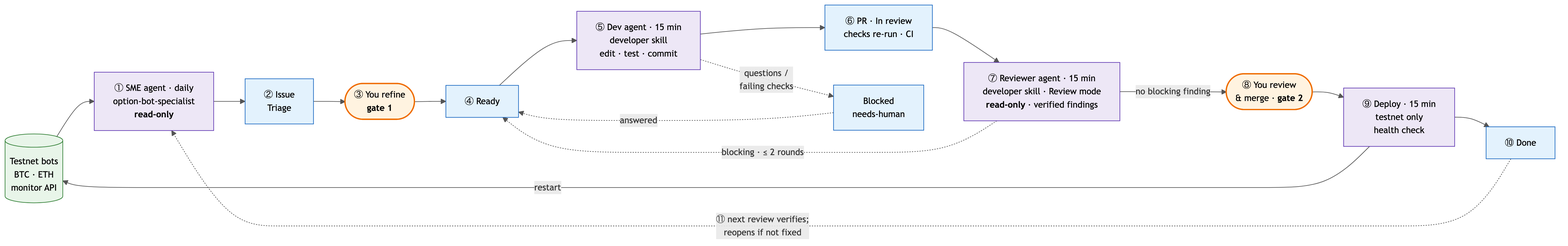
This is docs/agentic_workflow.png from rchau73/optionsBot, a Mermaid export, as it was before one commit. Its source is kept beside it as docs/agentic_workflow.mmd.
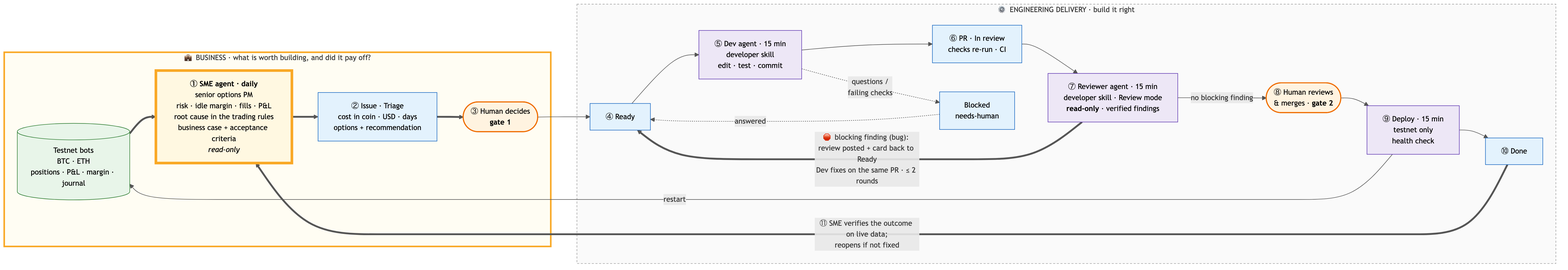
After the change.

Commit message:
AGENTIC.md: highlight the SME agent as the business step; 'human' wording

The SME agent finds the business problems worth solving and verifies the
outcome, so it gets its own section (what it does, why it matters, its
first run's 9 issues and outcomes) and a highlighted business zone in the
diagram. First-person and 'you' wording becomes 'the human'.

The edit, as a diff of the source:
```diff
@@ -1,28 +1,39 @@
 flowchart LR
-    BOTS[("Testnet bots<br/>BTC · ETH<br/>monitor API")]
-    SME["① SME agent · daily<br/>option-bot-specialist<br/><b>read-only</b>"]
-    TRI["② Issue<br/>Triage"]
-    H1(["③ You refine<br/><b>gate 1</b>"])
-    READY["④ Ready"]
-    DEV["⑤ Dev agent · 15 min<br/>developer skill<br/>edit · test · commit"]
-    PR["⑥ PR · In review<br/>checks re-run · CI"]
-    REV["⑦ Reviewer agent · 15 min<br/>developer skill · Review mode<br/><b>read-only</b> · verified findings"]
-    H2(["⑧ You review<br/>& merge · <b>gate 2</b>"])
-    DEP["⑨ Deploy · 15 min<br/>testnet only<br/>health check"]
-    DONE["⑩ Done"]
-    BLK["Blocked<br/>needs-human"]
+    subgraph BIZ["💼 BUSINESS · what is worth building, and did it pay off?"]
+        direction TB
+        BOTS[("Testnet bots<br/>BTC · ETH<br/>positions · P&L · margin · journal")]
+        SME["<b>① SME agent · daily</b><br/>senior options PM<br/>risk · idle margin · fills · P&L<br/>root cause in the trading rules<br/>business case + acceptance criteria<br/><i>read-only</i>"]
+        TRI["② Issue · Triage<br/>cost in coin · USD · days<br/>options + recommendation"]
+        H1(["③ Human decides<br/><b>gate 1</b>"])
+    end
 
-    BOTS --> SME --> TRI --> H1 --> READY --> DEV --> PR --> REV -->|no blocking finding| H2 --> DEP --> DONE
-    REV -.->|"blocking · ≤ 2 rounds"| READY
+    subgraph ENG["⚙️ ENGINEERING DELIVERY · build it right"]
+        direction LR
+        READY["④ Ready"]
+        DEV["⑤ Dev agent · 15 min<br/>developer skill<br/>edit · test · commit"]
+        PR["⑥ PR · In review<br/>checks re-run · CI"]
+        REV["⑦ Reviewer agent · 15 min<br/>developer skill · Review mode<br/><b>read-only</b> · verified findings"]
+        H2(["⑧ Human reviews<br/>& merges · <b>gate 2</b>"])
+        DEP["⑨ Deploy · 15 min<br/>testnet only<br/>health check"]
+        DONE["⑩ Done"]
+        BLK["Blocked<br/>needs-human"]
+    end
+
+    BOTS ==> SME ==> TRI ==> H1 --> READY --> DEV --> PR --> REV -->|no blocking finding| H2 --> DEP --> DONE
+    REV ==>|"🛑 blocking finding (bug): review posted + card back to Ready<br/>Dev fixes on the same PR · ≤ 2 rounds"| READY
     DEP -->|restart| BOTS
     DEV -.->|questions /<br/>failing checks| BLK -.->|answered| READY
-    DONE -.->|"⑪ next review verifies;<br/>reopens if not fixed"| SME
+    DONE ==>|"⑪ SME verifies the outcome on live data;<br/>reopens if not fixed"| SME
 
+    classDef sme fill:#fff8e1,stroke:#f9a825,color:#000,stroke-width:5px
     classDef agent fill:#ede7f6,stroke:#5e35b1,color:#000
     classDef human fill:#fff3e0,stroke:#ef6c00,color:#000,stroke-width:2px
     classDef gh fill:#e3f2fd,stroke:#1565c0,color:#000
     classDef run fill:#e8f5e9,stroke:#2e7d32,color:#000
-    class SME,DEV,REV,DEP agent
+    class SME sme
+    class DEV,REV,DEP agent
     class H1,H2 human
     class TRI,READY,PR,DONE,BLK gh
     class BOTS run
+    style BIZ fill:#fffdf3,stroke:#f9a825,stroke-width:3px
+    style ENG fill:#fafafa,stroke:#9e9e9e,stroke-width:1px,stroke-dasharray:4 3
```
